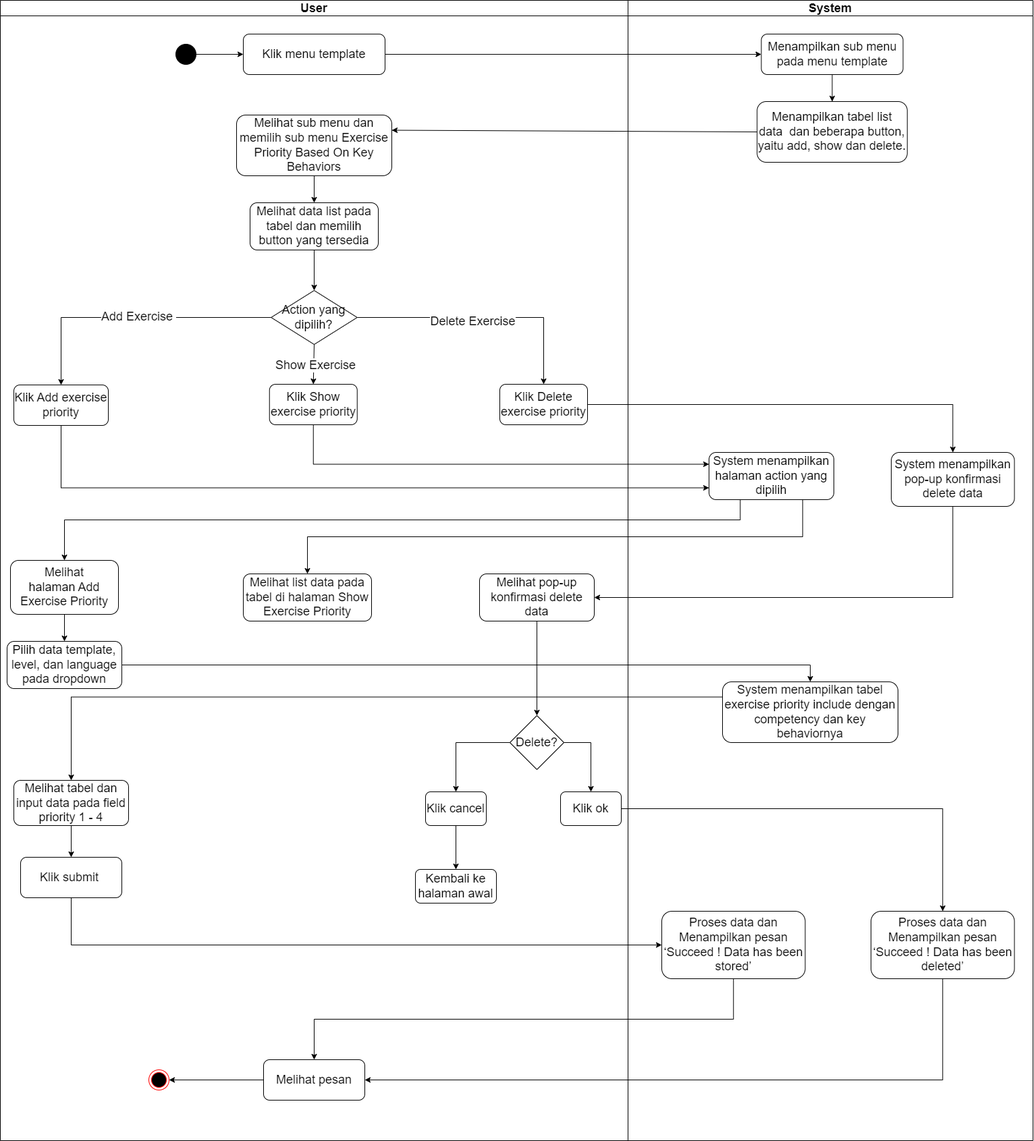
Earlier version of the draw.io export 16 (rv) Exercise Priority Based On Key Behaviors.png (Dina1003/ac-image). Source tidied: cells renumbered, new cells last; positions are measured from the earlier drawing's top-left corner, leaving out a move shared by most shapes. Its diagram source:
```xml
<mxGraphModel>
  <root>
    <mxCell id="0" />
    <mxCell id="1" parent="0" />
    <mxCell id="2" value="&lt;font style=&quot;font-size: 18px;&quot;&gt;User&lt;/font&gt;" style="swimlane;whiteSpace=wrap;html=1;" parent="1" vertex="1">
      <mxGeometry width="930" height="1690" as="geometry" />
    </mxCell>
    <mxCell id="3" style="ellipse;whiteSpace=wrap;html=1;fillColor=#000000;" parent="2" vertex="1">
      <mxGeometry x="260" y="65" width="30" height="30" as="geometry" />
    </mxCell>
    <mxCell id="4" value="&lt;font style=&quot;font-size: 18px;&quot;&gt;Klik menu template&lt;/font&gt;" style="rounded=1;whiteSpace=wrap;html=1;" parent="2" vertex="1">
      <mxGeometry x="360" y="50" width="210" height="60" as="geometry" />
    </mxCell>
    <mxCell id="5" value="&lt;font style=&quot;font-size: 18px;&quot;&gt;&lt;font style=&quot;&quot;&gt;Melihat sub menu dan memilih sub menu&amp;nbsp;&lt;/font&gt;&lt;span style=&quot;background-color: initial;&quot;&gt;Exercise Priority Based On Key Behaviors&lt;/span&gt;&lt;/font&gt;" style="rounded=1;whiteSpace=wrap;html=1;" parent="2" vertex="1">
      <mxGeometry x="350" y="170" width="230" height="90" as="geometry" />
    </mxCell>
    <mxCell id="6" value="&lt;font style=&quot;font-size: 18px;&quot;&gt;Melihat data list pada tabel dan memilih button yang tersedia&lt;/font&gt;" style="rounded=1;whiteSpace=wrap;html=1;" parent="2" vertex="1">
      <mxGeometry x="370" y="300" width="190" height="70" as="geometry" />
    </mxCell>
    <mxCell id="7" value="&lt;font style=&quot;font-size: 18px;&quot;&gt;Action yang dipilih?&lt;/font&gt;" style="rhombus;whiteSpace=wrap;html=1;" parent="2" vertex="1">
      <mxGeometry x="401.2" y="430" width="127.5" height="80" as="geometry" />
    </mxCell>
    <mxCell id="8" value="&lt;font style=&quot;font-size: 18px;&quot;&gt;Klik Add exercise priority&lt;/font&gt;" style="rounded=1;whiteSpace=wrap;html=1;" parent="2" vertex="1">
      <mxGeometry x="20" y="570" width="140" height="60" as="geometry" />
    </mxCell>
    <mxCell id="9" value="&lt;font style=&quot;font-size: 18px;&quot;&gt;Klik Show exercise priority&lt;/font&gt;" style="rounded=1;whiteSpace=wrap;html=1;" parent="2" vertex="1">
      <mxGeometry x="398.8" y="569" width="130" height="60" as="geometry" />
    </mxCell>
    <mxCell id="10" value="&lt;font style=&quot;font-size: 18px;&quot;&gt;Klik Delete exercise priority&lt;/font&gt;" style="rounded=1;whiteSpace=wrap;html=1;" parent="2" vertex="1">
      <mxGeometry x="740" y="569" width="130" height="60" as="geometry" />
    </mxCell>
    <mxCell id="11" value="&lt;font style=&quot;font-size: 18px;&quot;&gt;Melihat halaman&amp;nbsp;Add Exercise Priority&lt;/font&gt;" style="rounded=1;whiteSpace=wrap;html=1;" parent="2" vertex="1">
      <mxGeometry x="15" y="830" width="160" height="80" as="geometry" />
    </mxCell>
    <mxCell id="12" value="&lt;font style=&quot;font-size: 18px;&quot;&gt;Pilih data template, level, dan language pada dropdown&lt;/font&gt;" style="rounded=1;whiteSpace=wrap;html=1;" parent="2" vertex="1">
      <mxGeometry x="10" y="950" width="170" height="70" as="geometry" />
    </mxCell>
    <mxCell id="13" value="&lt;font style=&quot;font-size: 18px;&quot;&gt;Melihat tabel dan input data pada field priority&amp;nbsp;&lt;span style=&quot;background-color: initial;&quot;&gt;1 - 4&lt;/span&gt;&lt;/font&gt;" style="rounded=1;whiteSpace=wrap;html=1;" parent="2" vertex="1">
      <mxGeometry x="20" y="1156" width="170" height="67" as="geometry" />
    </mxCell>
    <mxCell id="14" value="&lt;div&gt;&lt;font style=&quot;font-size: 18px;&quot;&gt;Klik submit&amp;nbsp;&lt;/font&gt;&lt;/div&gt;" style="rounded=1;whiteSpace=wrap;html=1;" parent="2" vertex="1">
      <mxGeometry x="30" y="1270" width="150" height="60" as="geometry" />
    </mxCell>
    <mxCell id="15" value="&lt;div&gt;&lt;font style=&quot;font-size: 18px;&quot;&gt;Melihat pesan&lt;/font&gt;&lt;/div&gt;" style="rounded=1;whiteSpace=wrap;html=1;" parent="2" vertex="1">
      <mxGeometry x="390" y="1570" width="150" height="60" as="geometry" />
    </mxCell>
    <mxCell id="16" style="ellipse;html=1;shape=endState;fillColor=#000000;strokeColor=#ff0000;" parent="2" vertex="1">
      <mxGeometry x="220" y="1585" width="30" height="30" as="geometry" />
    </mxCell>
    <mxCell id="17" value="&lt;font style=&quot;font-size: 18px;&quot;&gt;Melihat list data pada tabel di halaman&amp;nbsp;Show Exercise Priority&lt;/font&gt;" style="rounded=1;whiteSpace=wrap;html=1;" parent="2" vertex="1">
      <mxGeometry x="360" y="850" width="190" height="70" as="geometry" />
    </mxCell>
    <mxCell id="18" value="&lt;font style=&quot;font-size: 18px;&quot;&gt;Melihat pop-up konfirmasi delete data&lt;/font&gt;" style="rounded=1;whiteSpace=wrap;html=1;" parent="2" vertex="1">
      <mxGeometry x="710" y="850" width="170" height="70" as="geometry" />
    </mxCell>
    <mxCell id="19" value="&lt;font style=&quot;font-size: 18px;&quot;&gt;Delete?&lt;/font&gt;" style="rhombus;whiteSpace=wrap;html=1;" parent="2" vertex="1">
      <mxGeometry x="755" y="1060" width="80" height="80" as="geometry" />
    </mxCell>
    <mxCell id="20" value="&lt;font style=&quot;font-size: 18px;&quot;&gt;Klik cancel&lt;/font&gt;" style="rounded=1;whiteSpace=wrap;html=1;" parent="2" vertex="1">
      <mxGeometry x="630" y="1173" width="90" height="50" as="geometry" />
    </mxCell>
    <mxCell id="21" value="&lt;font style=&quot;font-size: 18px;&quot;&gt;Klik ok&lt;/font&gt;" style="rounded=1;whiteSpace=wrap;html=1;" parent="2" vertex="1">
      <mxGeometry x="830" y="1173" width="90" height="50" as="geometry" />
    </mxCell>
    <mxCell id="22" value="&lt;font style=&quot;font-size: 18px;&quot;&gt;Kembali ke halaman awal&lt;/font&gt;" style="rounded=1;whiteSpace=wrap;html=1;" parent="2" vertex="1">
      <mxGeometry x="615" y="1288" width="120" height="50" as="geometry" />
    </mxCell>
    <mxCell id="23" style="endArrow=classic;html=1;rounded=0;exitX=1;exitY=0.5;exitDx=0;exitDy=0;entryX=0;entryY=0.5;entryDx=0;entryDy=0;" parent="2" edge="1" source="3" target="4">
      <mxGeometry relative="1" as="geometry" />
    </mxCell>
    <mxCell id="24" style="endArrow=classic;html=1;rounded=0;entryX=0.5;entryY=0;entryDx=0;entryDy=0;exitX=0.5;exitY=1;exitDx=0;exitDy=0;" parent="2" edge="1" source="5" target="6">
      <mxGeometry relative="1" as="geometry" />
    </mxCell>
    <mxCell id="25" style="endArrow=classic;html=1;rounded=0;exitX=0.5;exitY=1;exitDx=0;exitDy=0;entryX=0.5;entryY=0;entryDx=0;entryDy=0;" parent="2" edge="1" source="6" target="7">
      <mxGeometry relative="1" as="geometry" />
    </mxCell>
    <mxCell id="26" style="endArrow=classic;html=1;rounded=0;exitX=0.5;exitY=1;exitDx=0;exitDy=0;entryX=0.5;entryY=0;entryDx=0;entryDy=0;" parent="2" edge="1" source="7" target="9">
      <mxGeometry relative="1" as="geometry" />
    </mxCell>
    <mxCell id="27" value="&lt;font style=&quot;font-size: 18px;&quot;&gt;Show Exercise&lt;/font&gt;" style="edgeLabel;html=1;align=center;verticalAlign=middle;" parent="26" vertex="1">
      <mxGeometry x="0.05" y="1" relative="1" as="geometry" />
    </mxCell>
    <mxCell id="28" style="endArrow=classic;html=1;rounded=0;exitX=0;exitY=0.5;exitDx=0;exitDy=0;entryX=0.5;entryY=0;entryDx=0;entryDy=0;edgeStyle=orthogonalEdgeStyle;" parent="2" edge="1" source="7" target="8">
      <mxGeometry relative="1" as="geometry" />
    </mxCell>
    <mxCell id="29" value="&lt;font style=&quot;font-size: 18px;&quot;&gt;Add Exercise&amp;nbsp;&lt;/font&gt;" style="edgeLabel;html=1;align=center;verticalAlign=middle;" parent="28" vertex="1">
      <mxGeometry x="-0.04" y="-2" relative="1" as="geometry" />
    </mxCell>
    <mxCell id="30" style="endArrow=classic;html=1;rounded=0;exitX=1;exitY=0.5;exitDx=0;exitDy=0;entryX=0.5;entryY=0;entryDx=0;entryDy=0;edgeStyle=orthogonalEdgeStyle;" parent="2" edge="1" source="7" target="10">
      <mxGeometry relative="1" as="geometry" />
    </mxCell>
    <mxCell id="31" value="&lt;font style=&quot;font-size: 18px;&quot;&gt;Delete Exercise&lt;/font&gt;" style="edgeLabel;html=1;align=center;verticalAlign=middle;" parent="30" vertex="1">
      <mxGeometry x="-0.09" y="-5" relative="1" as="geometry" />
    </mxCell>
    <mxCell id="32" style="endArrow=classic;html=1;rounded=0;exitX=0.5;exitY=1;exitDx=0;exitDy=0;entryX=0.5;entryY=0;entryDx=0;entryDy=0;" parent="2" edge="1" source="13" target="14">
      <mxGeometry relative="1" as="geometry" />
    </mxCell>
    <mxCell id="33" style="endArrow=classic;html=1;rounded=0;exitX=0.5;exitY=1;exitDx=0;exitDy=0;entryX=0.5;entryY=0;entryDx=0;entryDy=0;" parent="2" edge="1" source="18" target="19">
      <mxGeometry relative="1" as="geometry" />
    </mxCell>
    <mxCell id="34" style="endArrow=classic;html=1;rounded=0;exitX=0;exitY=0.5;exitDx=0;exitDy=0;entryX=0.5;entryY=0;entryDx=0;entryDy=0;edgeStyle=orthogonalEdgeStyle;" parent="2" edge="1" source="19" target="20">
      <mxGeometry relative="1" as="geometry" />
    </mxCell>
    <mxCell id="35" style="endArrow=classic;html=1;rounded=0;exitX=1;exitY=0.5;exitDx=0;exitDy=0;entryX=0.5;entryY=0;entryDx=0;entryDy=0;edgeStyle=orthogonalEdgeStyle;" parent="2" edge="1" source="19" target="21">
      <mxGeometry relative="1" as="geometry" />
    </mxCell>
    <mxCell id="36" style="endArrow=classic;html=1;rounded=0;exitX=0.5;exitY=1;exitDx=0;exitDy=0;entryX=0.5;entryY=0;entryDx=0;entryDy=0;" parent="2" edge="1" source="20" target="22">
      <mxGeometry relative="1" as="geometry" />
    </mxCell>
    <mxCell id="37" style="endArrow=classic;html=1;rounded=0;exitX=0;exitY=0.5;exitDx=0;exitDy=0;entryX=1;entryY=0.5;entryDx=0;entryDy=0;" parent="2" edge="1" source="15" target="16">
      <mxGeometry relative="1" as="geometry" />
    </mxCell>
    <mxCell id="38" style="endArrow=classic;html=1;rounded=0;exitX=0.5;exitY=1;exitDx=0;exitDy=0;entryX=0.5;entryY=0;entryDx=0;entryDy=0;" parent="2" edge="1" source="11" target="12">
      <mxGeometry relative="1" as="geometry" />
    </mxCell>
    <mxCell id="39" value="&lt;font style=&quot;font-size: 18px;&quot;&gt;System&lt;/font&gt;" style="swimlane;whiteSpace=wrap;html=1;" parent="1" vertex="1">
      <mxGeometry x="930" width="600" height="1690" as="geometry" />
    </mxCell>
    <mxCell id="40" value="&lt;font style=&quot;font-size: 18px;&quot;&gt;Menampilkan sub menu pada menu template&lt;/font&gt;" style="rounded=1;whiteSpace=wrap;html=1;" parent="39" vertex="1">
      <mxGeometry x="197.5" y="50" width="210" height="60" as="geometry" />
    </mxCell>
    <mxCell id="41" value="&lt;font style=&quot;font-size: 18px;&quot;&gt;Menampilkan tabel list data&amp;nbsp; dan beberapa button, yaitu add, show dan delete.&lt;/font&gt;" style="rounded=1;whiteSpace=wrap;html=1;" parent="39" vertex="1">
      <mxGeometry x="191.2" y="150" width="222.5" height="90" as="geometry" />
    </mxCell>
    <mxCell id="42" value="&lt;font style=&quot;font-size: 18px;&quot;&gt;System menampilkan halaman action yang dipilih&lt;/font&gt;" style="rounded=1;whiteSpace=wrap;html=1;" parent="39" vertex="1">
      <mxGeometry x="120" y="670" width="185" height="70" as="geometry" />
    </mxCell>
    <mxCell id="43" value="&lt;font style=&quot;font-size: 18px;&quot;&gt;System menampilkan tabel exercise priority include dengan competency dan key behaviornya&lt;/font&gt;" style="rounded=1;whiteSpace=wrap;html=1;" parent="39" vertex="1">
      <mxGeometry x="140" y="1010" width="260" height="90" as="geometry" />
    </mxCell>
    <mxCell id="44" value="&lt;font style=&quot;font-size: 18px;&quot;&gt;&lt;font face=&quot;Helvetica&quot; style=&quot;&quot;&gt;&lt;span style=&quot;line-height: 107%;&quot;&gt;Proses data dan Menampilkan pesan ‘&lt;/span&gt;&lt;/font&gt;&lt;span style=&quot;text-align: start;&quot;&gt;Succeed ! Data has been stored&lt;/span&gt;&lt;font face=&quot;Helvetica&quot; style=&quot;&quot;&gt;&lt;span style=&quot;line-height: 107%;&quot;&gt;’&lt;/span&gt;&lt;/font&gt;&lt;/font&gt;" style="rounded=1;whiteSpace=wrap;html=1;" parent="39" vertex="1">
      <mxGeometry x="50" y="1350" width="212.5" height="100" as="geometry" />
    </mxCell>
    <mxCell id="45" value="&lt;font style=&quot;font-size: 18px;&quot;&gt;System menampilkan pop-up konfirmasi delete data&lt;/font&gt;" style="rounded=1;whiteSpace=wrap;html=1;" parent="39" vertex="1">
      <mxGeometry x="390" y="670" width="182.5" height="80" as="geometry" />
    </mxCell>
    <mxCell id="46" value="&lt;div style=&quot;&quot;&gt;&lt;font style=&quot;font-size: 18px;&quot;&gt;&lt;font style=&quot;background-color: initial;&quot; face=&quot;Helvetica&quot;&gt;&lt;span style=&quot;line-height: 107%;&quot;&gt;Proses data dan Menampilkan pesan ‘&lt;/span&gt;&lt;/font&gt;&lt;font style=&quot;background-color: initial;&quot; face=&quot;Helvetica&quot;&gt;&lt;span style=&quot;line-height: 107%;&quot;&gt;Succeed ! Data has been deleted’&lt;/span&gt;&lt;/font&gt;&lt;/font&gt;&lt;/div&gt;" style="rounded=1;whiteSpace=wrap;html=1;align=center;" parent="39" vertex="1">
      <mxGeometry x="360" y="1350" width="212.5" height="100" as="geometry" />
    </mxCell>
    <mxCell id="47" style="endArrow=classic;html=1;rounded=0;exitX=0.5;exitY=1;exitDx=0;exitDy=0;entryX=0.5;entryY=0;entryDx=0;entryDy=0;" parent="39" edge="1" source="40" target="41">
      <mxGeometry relative="1" as="geometry" />
    </mxCell>
    <mxCell id="48" style="endArrow=classic;html=1;rounded=0;exitX=1;exitY=0.5;exitDx=0;exitDy=0;entryX=0;entryY=0.5;entryDx=0;entryDy=0;" parent="1" edge="1" source="4" target="40">
      <mxGeometry relative="1" as="geometry" />
    </mxCell>
    <mxCell id="49" style="endArrow=classic;html=1;rounded=0;exitX=0;exitY=0.5;exitDx=0;exitDy=0;entryX=1;entryY=0.25;entryDx=0;entryDy=0;" parent="1" edge="1" source="41" target="5">
      <mxGeometry relative="1" as="geometry" />
    </mxCell>
    <mxCell id="50" style="endArrow=classic;html=1;rounded=0;exitX=0.5;exitY=1;exitDx=0;exitDy=0;entryX=0;entryY=0.75;entryDx=0;entryDy=0;edgeStyle=orthogonalEdgeStyle;" parent="1" edge="1" source="8" target="42">
      <mxGeometry relative="1" as="geometry" />
    </mxCell>
    <mxCell id="51" style="endArrow=classic;html=1;rounded=0;exitX=0.5;exitY=1;exitDx=0;exitDy=0;entryX=0;entryY=0.25;entryDx=0;entryDy=0;edgeStyle=orthogonalEdgeStyle;" parent="1" edge="1" source="9" target="42">
      <mxGeometry relative="1" as="geometry" />
    </mxCell>
    <mxCell id="52" style="endArrow=classic;html=1;rounded=0;exitX=0.25;exitY=1;exitDx=0;exitDy=0;entryX=0.5;entryY=0;entryDx=0;entryDy=0;edgeStyle=orthogonalEdgeStyle;" parent="1" edge="1" source="42" target="11">
      <mxGeometry relative="1" as="geometry">
        <Array as="points">
          <mxPoint x="1096" y="770" />
          <mxPoint x="95" y="770" />
        </Array>
      </mxGeometry>
    </mxCell>
    <mxCell id="53" style="endArrow=classic;html=1;rounded=0;exitX=0.75;exitY=1;exitDx=0;exitDy=0;entryX=0.5;entryY=0;entryDx=0;entryDy=0;edgeStyle=orthogonalEdgeStyle;" parent="1" edge="1" source="42" target="17">
      <mxGeometry relative="1" as="geometry" />
    </mxCell>
    <mxCell id="54" style="endArrow=classic;html=1;rounded=0;exitX=1;exitY=0.5;exitDx=0;exitDy=0;entryX=0.5;entryY=0;entryDx=0;entryDy=0;edgeStyle=orthogonalEdgeStyle;" parent="1" edge="1" source="10" target="45">
      <mxGeometry relative="1" as="geometry" />
    </mxCell>
    <mxCell id="55" style="endArrow=classic;html=1;rounded=0;exitX=0.5;exitY=1;exitDx=0;exitDy=0;entryX=1;entryY=0.5;entryDx=0;entryDy=0;edgeStyle=orthogonalEdgeStyle;" parent="1" edge="1" source="45" target="18">
      <mxGeometry relative="1" as="geometry" />
    </mxCell>
    <mxCell id="56" style="endArrow=classic;html=1;rounded=0;exitX=1;exitY=0.5;exitDx=0;exitDy=0;entryX=0.5;entryY=0;entryDx=0;entryDy=0;edgeStyle=orthogonalEdgeStyle;" parent="1" edge="1" source="12" target="43">
      <mxGeometry relative="1" as="geometry" />
    </mxCell>
    <mxCell id="57" style="endArrow=classic;html=1;rounded=0;exitX=0;exitY=0.25;exitDx=0;exitDy=0;entryX=0.5;entryY=0;entryDx=0;entryDy=0;edgeStyle=orthogonalEdgeStyle;" parent="1" edge="1" source="43" target="13">
      <mxGeometry relative="1" as="geometry" />
    </mxCell>
    <mxCell id="58" style="endArrow=classic;html=1;rounded=0;exitX=0.5;exitY=1;exitDx=0;exitDy=0;entryX=0;entryY=0.5;entryDx=0;entryDy=0;edgeStyle=orthogonalEdgeStyle;" parent="1" edge="1" source="14" target="44">
      <mxGeometry relative="1" as="geometry" />
    </mxCell>
    <mxCell id="59" style="endArrow=classic;html=1;rounded=0;exitX=1;exitY=0.5;exitDx=0;exitDy=0;entryX=0.5;entryY=0;entryDx=0;entryDy=0;edgeStyle=orthogonalEdgeStyle;" parent="1" edge="1" source="21" target="46">
      <mxGeometry relative="1" as="geometry" />
    </mxCell>
    <mxCell id="60" style="endArrow=classic;html=1;rounded=0;exitX=0.5;exitY=1;exitDx=0;exitDy=0;entryX=0.5;entryY=0;entryDx=0;entryDy=0;edgeStyle=orthogonalEdgeStyle;" parent="1" edge="1" source="44" target="15">
      <mxGeometry relative="1" as="geometry" />
    </mxCell>
    <mxCell id="61" style="endArrow=classic;html=1;rounded=0;exitX=0.5;exitY=1;exitDx=0;exitDy=0;entryX=1;entryY=0.5;entryDx=0;entryDy=0;edgeStyle=orthogonalEdgeStyle;" parent="1" edge="1" source="46" target="15">
      <mxGeometry relative="1" as="geometry" />
    </mxCell>
  </root>
</mxGraphModel>
```
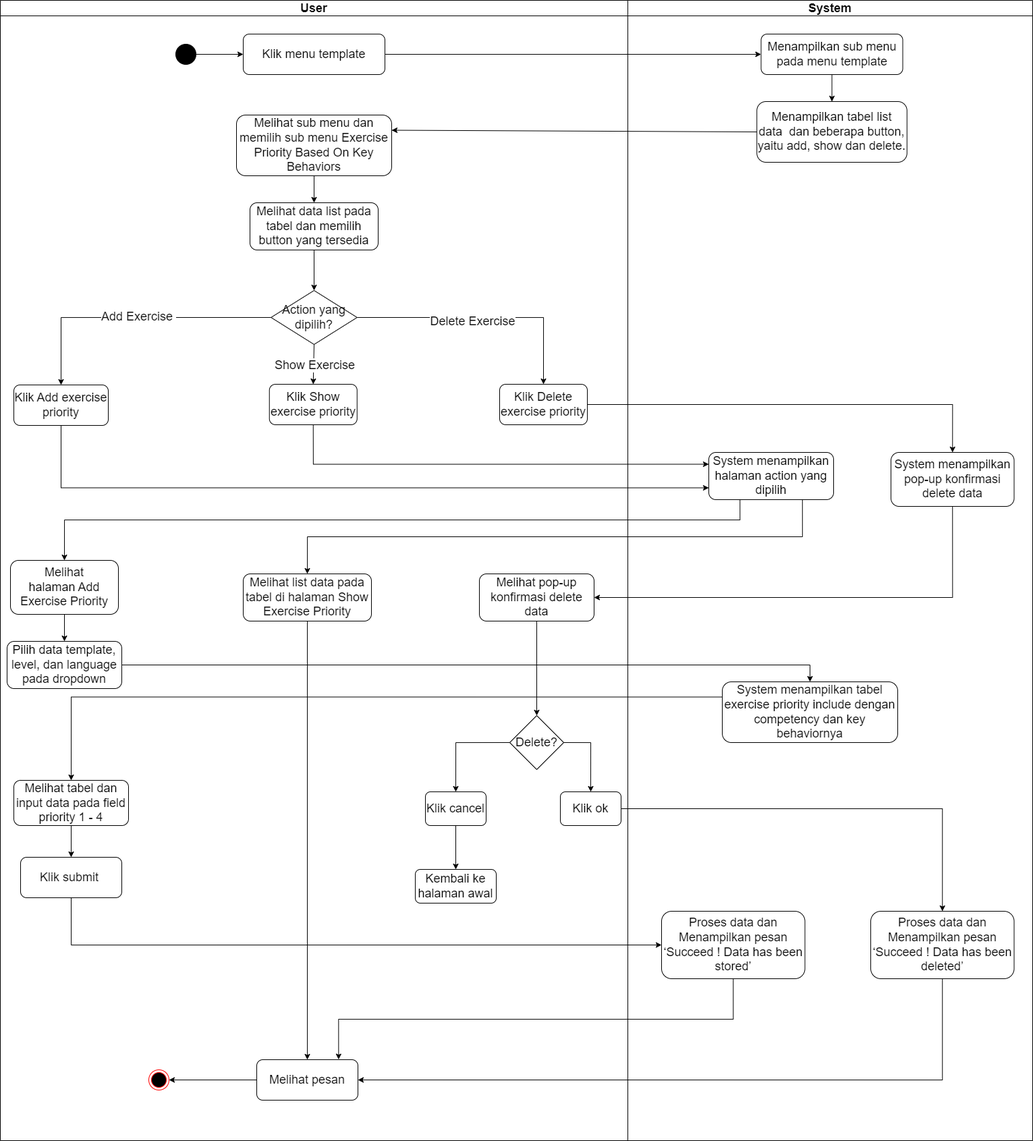
The same file after the commit.

What changed in the source:
```diff
@@ -42,7 +42,7 @@
       <mxGeometry x="30" y="1270" width="150" height="60" as="geometry" />
     </mxCell>
     <mxCell id="15" value="&lt;div&gt;&lt;font style=&quot;font-size: 18px;&quot;&gt;Melihat pesan&lt;/font&gt;&lt;/div&gt;" style="rounded=1;whiteSpace=wrap;html=1;" parent="2" vertex="1">
-      <mxGeometry x="390" y="1570" width="150" height="60" as="geometry" />
+      <mxGeometry x="380" y="1570" width="150" height="60" as="geometry" />
     </mxCell>
     <mxCell id="16" style="ellipse;html=1;shape=endState;fillColor=#000000;strokeColor=#ff0000;" parent="2" vertex="1">
       <mxGeometry x="220" y="1585" width="30" height="30" as="geometry" />
@@ -113,6 +113,9 @@
     <mxCell id="38" style="endArrow=classic;html=1;rounded=0;exitX=0.5;exitY=1;exitDx=0;exitDy=0;entryX=0.5;entryY=0;entryDx=0;entryDy=0;" parent="2" edge="1" source="11" target="12">
       <mxGeometry relative="1" as="geometry" />
     </mxCell>
+    <mxCell id="62" style="endArrow=classic;html=1;rounded=0;exitX=0.5;exitY=1;exitDx=0;exitDy=0;entryX=0.5;entryY=0;entryDx=0;entryDy=0;" parent="2" edge="1" source="17" target="15">
+      <mxGeometry relative="1" as="geometry" />
+    </mxCell>
     <mxCell id="39" value="&lt;font style=&quot;font-size: 18px;&quot;&gt;System&lt;/font&gt;" style="swimlane;whiteSpace=wrap;html=1;" parent="1" vertex="1">
       <mxGeometry x="930" width="600" height="1690" as="geometry" />
     </mxCell>
@@ -181,7 +184,7 @@
     <mxCell id="59" style="endArrow=classic;html=1;rounded=0;exitX=1;exitY=0.5;exitDx=0;exitDy=0;entryX=0.5;entryY=0;entryDx=0;entryDy=0;edgeStyle=orthogonalEdgeStyle;" parent="1" edge="1" source="21" target="46">
       <mxGeometry relative="1" as="geometry" />
     </mxCell>
-    <mxCell id="60" style="endArrow=classic;html=1;rounded=0;exitX=0.5;exitY=1;exitDx=0;exitDy=0;entryX=0.5;entryY=0;entryDx=0;entryDy=0;edgeStyle=orthogonalEdgeStyle;" parent="1" edge="1" source="44" target="15">
+    <mxCell id="60" style="endArrow=classic;html=1;rounded=0;exitX=0.5;exitY=1;exitDx=0;exitDy=0;entryX=0.809;entryY=-0.006;entryDx=0;entryDy=0;entryPerimeter=0;edgeStyle=orthogonalEdgeStyle;" parent="1" edge="1" source="44" target="15">
       <mxGeometry relative="1" as="geometry" />
     </mxCell>
     <mxCell id="61" style="endArrow=classic;html=1;rounded=0;exitX=0.5;exitY=1;exitDx=0;exitDy=0;entryX=1;entryY=0.5;entryDx=0;entryDy=0;edgeStyle=orthogonalEdgeStyle;" parent="1" edge="1" source="46" target="15">
```
